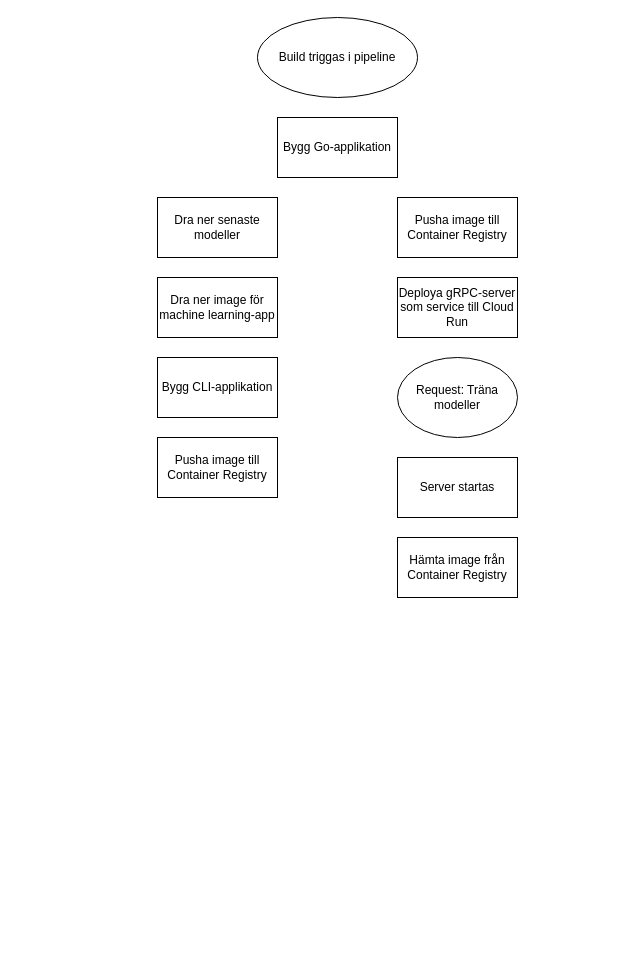
The draw.io diagram system-flow.drawio in thomaskrut/thomaskrut, before the edit. Source tidied: cells renumbered, new cells numbered last; positions are measured from the earlier drawing's top-left corner, leaving out a move shared by most shapes. Both pictures are drawn from the tidied source at 100%, with x=0, y=0 at pixel (157, 17). Pictures stored in the file or linked from it are replaced by grey dashed boxes.
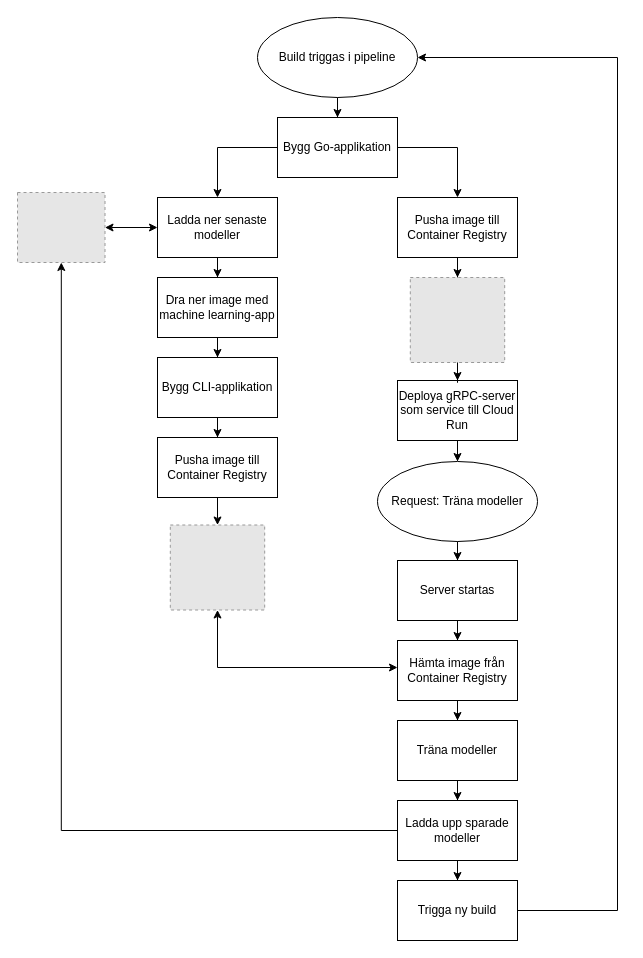
After the change.

The change refers to these unchanged cells:
```xml
<mxCell id="2" value="Build triggas i pipeline" style="ellipse;whiteSpace=wrap;html=1;" parent="1" vertex="1">
  <mxGeometry x="100" width="160" height="80" as="geometry" />
</mxCell>
<mxCell id="3" value="Bygg Go-applikation" style="rounded=0;whiteSpace=wrap;html=1;" parent="1" vertex="1">
  <mxGeometry x="120" y="100" width="120" height="60" as="geometry" />
</mxCell>
<mxCell id="6" value="&lt;div&gt;Bygg CLI-applikation&lt;/div&gt;" style="rounded=0;whiteSpace=wrap;html=1;" parent="1" vertex="1">
  <mxGeometry y="340" width="120" height="60" as="geometry" />
</mxCell>
<mxCell id="7" value="&lt;div&gt;Pusha image till Container Registry&lt;/div&gt;" style="rounded=0;whiteSpace=wrap;html=1;" parent="1" vertex="1">
  <mxGeometry y="420" width="120" height="60" as="geometry" />
</mxCell>
<mxCell id="8" value="Pusha image till Container Registry" style="rounded=0;whiteSpace=wrap;html=1;" parent="1" vertex="1">
  <mxGeometry x="240" y="180" width="120" height="60" as="geometry" />
</mxCell>
```

What changed in the source:
```diff
@@
+    <mxCell id="13" style="edgeStyle=orthogonalEdgeStyle;rounded=0;jettySize=auto;html=1;" parent="1" edge="1" source="2" target="3">
+      <mxGeometry relative="1" as="geometry" />
+    </mxCell>
@@
+    <mxCell id="14" style="edgeStyle=orthogonalEdgeStyle;rounded=0;jettySize=auto;html=1;entryX=0.5;entryY=0;entryDx=0;entryDy=0;" parent="1" edge="1" source="3" target="4">
+      <mxGeometry relative="1" as="geometry">
+        <Array as="points">
+          <mxPoint x="60" y="130" />
+        </Array>
+      </mxGeometry>
+    </mxCell>
@@
+    <mxCell id="15" style="edgeStyle=orthogonalEdgeStyle;rounded=0;jettySize=auto;html=1;" parent="1" edge="1" source="4" target="5">
+      <mxGeometry relative="1" as="geometry" />
+    </mxCell>
-    <mxCell id="4" value="Dra ner senaste modeller" style="rounded=0;whiteSpace=wrap;html=1;" parent="1" vertex="1">
+    <mxCell id="4" value="Ladda ner senaste modeller" style="rounded=0;whiteSpace=wrap;html=1;" parent="1" vertex="1">
       <mxGeometry y="180" width="120" height="60" as="geometry" />
     </mxCell>
+    <mxCell id="16" style="edgeStyle=orthogonalEdgeStyle;rounded=0;jettySize=auto;html=1;" parent="1" edge="1" source="5" target="6">
+      <mxGeometry relative="1" as="geometry" />
+    </mxCell>
-    <mxCell id="5" value="&lt;div&gt;Dra ner image för machine learning-app&lt;/div&gt;" style="rounded=0;whiteSpace=wrap;html=1;" parent="1" vertex="1">
+    <mxCell id="5" value="&lt;div&gt;Dra ner image med machine learning-app&lt;/div&gt;" style="rounded=0;whiteSpace=wrap;html=1;" parent="1" vertex="1">
       <mxGeometry y="260" width="120" height="60" as="geometry" />
     </mxCell>
+    <mxCell id="17" style="edgeStyle=orthogonalEdgeStyle;rounded=0;jettySize=auto;html=1;" parent="1" edge="1" source="6" target="7">
+      <mxGeometry relative="1" as="geometry" />
+    </mxCell>
@@
+    <mxCell id="18" style="edgeStyle=orthogonalEdgeStyle;rounded=0;jettySize=auto;html=1;" parent="1" edge="1" source="7" target="25">
+      <mxGeometry relative="1" as="geometry" />
+    </mxCell>
@@
+    <mxCell id="19" style="edgeStyle=orthogonalEdgeStyle;rounded=0;jettySize=auto;html=1;" parent="1" edge="1" source="8" target="37">
+      <mxGeometry relative="1" as="geometry" />
+    </mxCell>
@@
+    <mxCell id="20" style="edgeStyle=orthogonalEdgeStyle;rounded=0;jettySize=auto;html=1;" parent="1" edge="1" source="9" target="10">
+      <mxGeometry relative="1" as="geometry" />
+    </mxCell>
     <mxCell id="9" value="&lt;div&gt;Deploya gRPC-server som service till Cloud Run&lt;/div&gt;" style="rounded=0;whiteSpace=wrap;html=1;" parent="1" vertex="1">
-      <mxGeometry x="240" y="260" width="120" height="60" as="geometry" />
+      <mxGeometry x="240" y="363" width="120" height="60" as="geometry" />
     </mxCell>
+    <mxCell id="21" style="edgeStyle=orthogonalEdgeStyle;rounded=0;jettySize=auto;html=1;" parent="1" edge="1" source="10" target="11">
+      <mxGeometry relative="1" as="geometry" />
+    </mxCell>
     <mxCell id="10" value="Request: Träna modeller" style="ellipse;whiteSpace=wrap;html=1;" parent="1" vertex="1">
-      <mxGeometry x="240" y="340" width="120" height="80" as="geometry" />
+      <mxGeometry x="220" y="444" width="160" height="80" as="geometry" />
     </mxCell>
+    <mxCell id="22" style="edgeStyle=orthogonalEdgeStyle;rounded=0;jettySize=auto;html=1;" parent="1" edge="1" source="11" target="12">
+      <mxGeometry relative="1" as="geometry" />
+    </mxCell>
     <mxCell id="11" value="Server startas" style="rounded=0;whiteSpace=wrap;html=1;" parent="1" vertex="1">
-      <mxGeometry x="240" y="440" width="120" height="60" as="geometry" />
+      <mxGeometry x="240" y="543" width="120" height="60" as="geometry" />
     </mxCell>
+    <mxCell id="23" style="edgeStyle=orthogonalEdgeStyle;rounded=0;jettySize=auto;html=1;" parent="1" edge="1" source="12" target="29">
+      <mxGeometry relative="1" as="geometry" />
+    </mxCell>
     <mxCell id="12" value="Hämta image från Container Registry" style="rounded=0;whiteSpace=wrap;html=1;" parent="1" vertex="1">
-      <mxGeometry x="240" y="520" width="120" height="60" as="geometry" />
+      <mxGeometry x="240" y="623" width="120" height="60" as="geometry" />
     </mxCell>
+    <mxCell id="24" style="edgeStyle=orthogonalEdgeStyle;rounded=0;jettySize=auto;html=1;startArrow=classic;startFill=1;" parent="1" edge="1" source="25" target="12">
+      <mxGeometry relative="1" as="geometry">
+        <Array as="points">
+          <mxPoint x="60" y="650" />
+        </Array>
+      </mxGeometry>
+    </mxCell>
+    <mxCell id="25" style="fillColor=#E6E6E6;strokeColor=#999999;dashed=1;html=1;verticalLabelPosition=bottom;labelBackgroundColor=#ffffff;verticalAlign=top;" parent="1" vertex="1">
+      <mxGeometry x="12.8" y="507.5" width="94.4" height="85" as="geometry" />
+    </mxCell>
+    <mxCell id="26" style="edgeStyle=orthogonalEdgeStyle;rounded=0;jettySize=auto;html=1;startArrow=classic;startFill=1;" parent="1" edge="1" source="27" target="4">
+      <mxGeometry relative="1" as="geometry" />
+    </mxCell>
+    <mxCell id="27" style="fillColor=#E6E6E6;strokeColor=#999999;dashed=1;html=1;verticalLabelPosition=bottom;labelBackgroundColor=#ffffff;verticalAlign=top;" parent="1" vertex="1">
+      <mxGeometry x="-140" y="175" width="87.5" height="70" as="geometry" />
+    </mxCell>
+    <mxCell id="28" style="edgeStyle=orthogonalEdgeStyle;rounded=0;jettySize=auto;html=1;" parent="1" edge="1" source="29" target="32">
+      <mxGeometry relative="1" as="geometry" />
+    </mxCell>
+    <mxCell id="29" value="Träna modeller" style="rounded=0;whiteSpace=wrap;html=1;" parent="1" vertex="1">
+      <mxGeometry x="240" y="703" width="120" height="60" as="geometry" />
+    </mxCell>
+    <mxCell id="30" style="edgeStyle=orthogonalEdgeStyle;rounded=0;jettySize=auto;html=1;" parent="1" edge="1" source="32" target="34">
+      <mxGeometry relative="1" as="geometry" />
+    </mxCell>
+    <mxCell id="31" style="edgeStyle=orthogonalEdgeStyle;rounded=0;jettySize=auto;html=1;" parent="1" edge="1" source="32" target="27">
+      <mxGeometry relative="1" as="geometry" />
+    </mxCell>
+    <mxCell id="32" value="&lt;div&gt;Ladda upp sparade modeller&lt;/div&gt;" style="rounded=0;whiteSpace=wrap;html=1;" parent="1" vertex="1">
+      <mxGeometry x="240" y="783" width="120" height="60" as="geometry" />
+    </mxCell>
+    <mxCell id="33" style="edgeStyle=orthogonalEdgeStyle;rounded=0;jettySize=auto;html=1;entryX=1;entryY=0.5;entryDx=0;entryDy=0;" parent="1" edge="1" source="34" target="2">
+      <mxGeometry relative="1" as="geometry">
+        <Array as="points">
+          <mxPoint x="460" y="893" />
+          <mxPoint x="460" y="40" />
+        </Array>
+      </mxGeometry>
+    </mxCell>
+    <mxCell id="34" value="Trigga ny build" style="rounded=0;whiteSpace=wrap;html=1;" parent="1" vertex="1">
+      <mxGeometry x="240" y="863" width="120" height="60" as="geometry" />
+    </mxCell>
+    <mxCell id="35" style="edgeStyle=orthogonalEdgeStyle;rounded=0;jettySize=auto;html=1;startArrow=none;startFill=0;" parent="1" edge="1" source="3" target="8">
+      <mxGeometry relative="1" as="geometry">
+        <Array as="points">
+          <mxPoint x="300" y="130" />
+        </Array>
+      </mxGeometry>
+    </mxCell>
+    <mxCell id="36" style="edgeStyle=orthogonalEdgeStyle;rounded=0;jettySize=auto;html=1;" parent="1" edge="1" source="37" target="9">
+      <mxGeometry relative="1" as="geometry" />
+    </mxCell>
+    <mxCell id="37" style="fillColor=#E6E6E6;strokeColor=#999999;dashed=1;html=1;verticalLabelPosition=bottom;labelBackgroundColor=#ffffff;verticalAlign=top;" parent="1" vertex="1">
+      <mxGeometry x="252.8" y="260" width="94.4" height="85" as="geometry" />
+    </mxCell>
```
